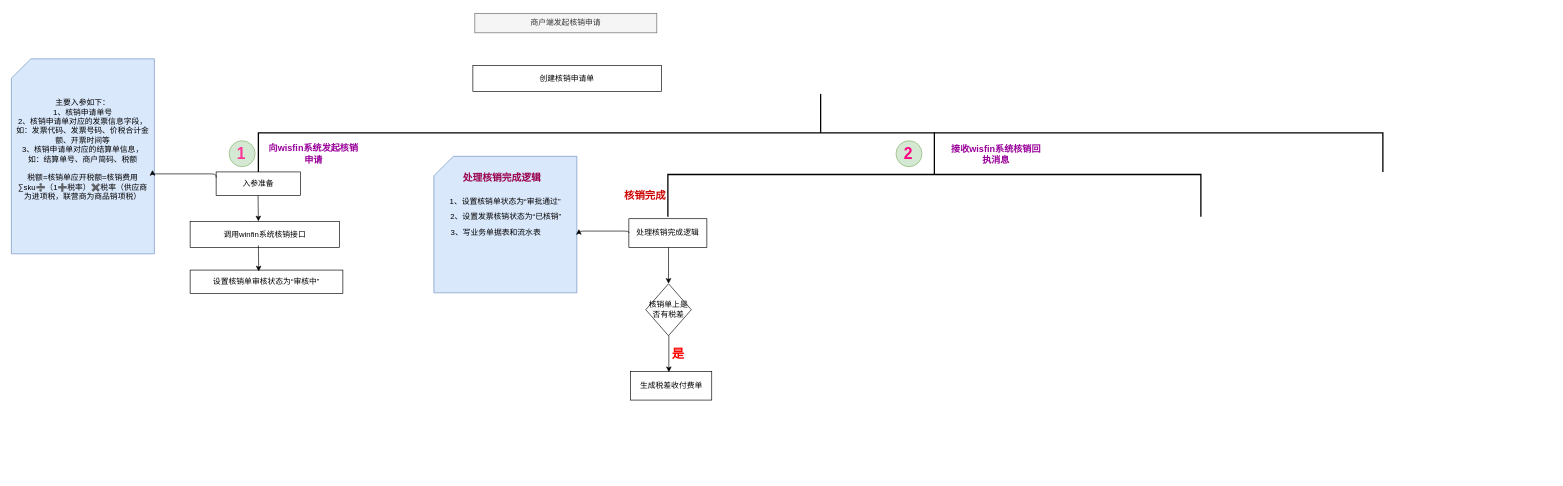
Before: 发票自动核销.drawio in baiymfkese/doc, a draw.io diagram. Source tidied: cells renumbered, new cells numbered last; positions are measured from the earlier drawing's top-left corner, leaving out a move shared by most shapes. Both pictures are drawn from the tidied source at 65%, with x=0, y=0 at pixel (11, 13).
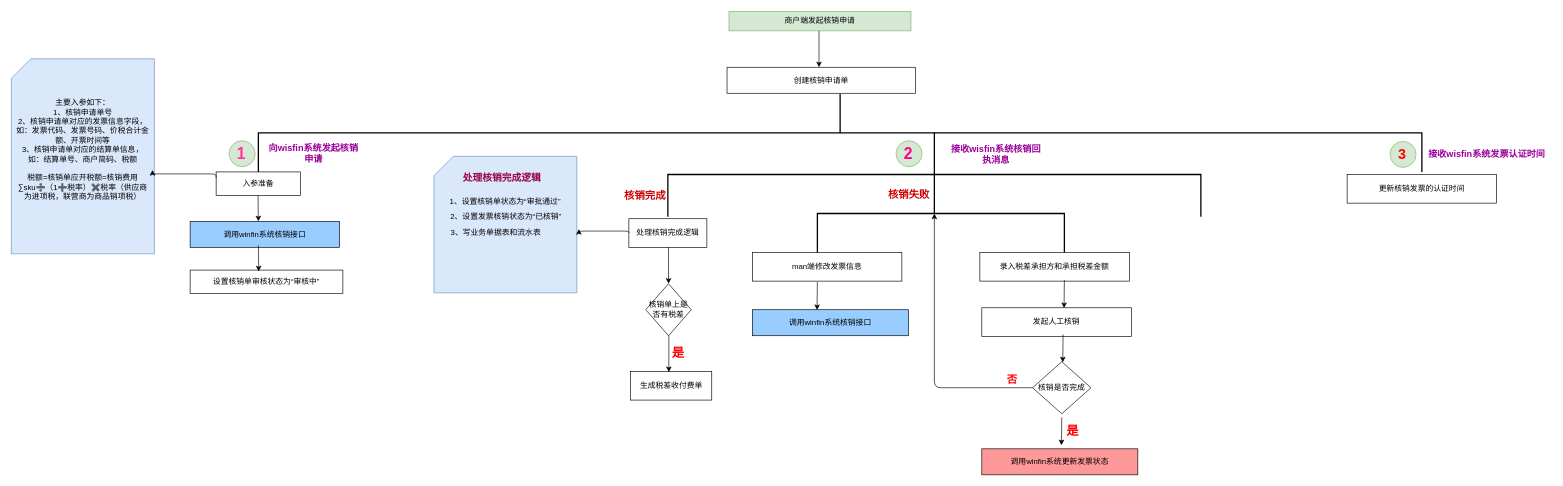
After the change.

Commit message (it also covers changes not shown here):
Update 发票自动核销.drawio

Diff of the diagram source:
```diff
@@
-    <mxCell id="2" value="商户端发起核销申请" style="rounded=0;whiteSpace=wrap;html=1;fillColor=#f5f5f5;strokeColor=#666666;fontColor=#333333;" parent="1" vertex="1">
-      <mxGeometry x="713" width="280" height="30" as="geometry" />
+    <mxCell id="2" value="商户端发起核销申请" style="rounded=0;whiteSpace=wrap;html=1;fillColor=#d5e8d4;strokeColor=#82b366;" parent="1" vertex="1">
+      <mxGeometry x="1104" y="-3" width="280" height="30" as="geometry" />
     </mxCell>
     <mxCell id="3" value="创建核销申请单" style="rounded=0;whiteSpace=wrap;html=1;" parent="1" vertex="1">
-      <mxGeometry x="710" y="80" width="290" height="40" as="geometry" />
+      <mxGeometry x="1101" y="83" width="290" height="40" as="geometry" />
     </mxCell>
     <mxCell id="4" style="html=1;shape=mxgraph.flowchart.annotation_2;align=left;direction=south;strokeWidth=2;" parent="1" vertex="1">
-      <mxGeometry x="380" y="124" width="1730" height="120" as="geometry" />
+      <mxGeometry x="380" y="124" width="1790" height="120" as="geometry" />
     </mxCell>
@@
-    <mxCell id="12" value="调用winfin系统核销接口" style="rounded=0;whiteSpace=wrap;html=1;strokeWidth=1;fillColor=#FFFFFF;" parent="1" vertex="1">
+    <mxCell id="12" value="调用winfin系统核销接口" style="rounded=0;whiteSpace=wrap;html=1;strokeWidth=1;fillColor=#99CCFF;" parent="1" vertex="1">
       <mxGeometry x="275" y="320" width="230" height="40" as="geometry" />
     </mxCell>
@@
+    <mxCell id="33" style="line;strokeWidth=2;direction=south;html=1;fillColor=#FFFFFF;" parent="1" vertex="1">
+      <mxGeometry x="1415" y="248" width="10" height="60" as="geometry" />
+    </mxCell>
+    <mxCell id="34" value="&lt;font style=&quot;font-size: 16px&quot;&gt;&lt;b&gt;&lt;font style=&quot;font-size: 16px&quot; color=&quot;#CC0000&quot;&gt;核销失败&lt;/font&gt;&lt;/b&gt;&lt;/font&gt;" style="text;html=1;strokeColor=none;fillColor=none;align=center;verticalAlign=middle;whiteSpace=wrap;rounded=0;" parent="1" vertex="1">
+      <mxGeometry x="1336" y="268" width="90" height="20" as="geometry" />
+    </mxCell>
+    <mxCell id="35" style="shape=partialRectangle;whiteSpace=wrap;html=1;bottom=1;right=1;left=1;top=0;fillColor=none;routingCenterX=-0.5;strokeWidth=2;direction=west;" parent="1" vertex="1">
+      <mxGeometry x="1240" y="308" width="380" height="60" as="geometry" />
+    </mxCell>
+    <mxCell id="36" style="endArrow=classic;html=1;entryX=0.5;entryY=0;entryDx=0;entryDy=0;" parent="1" edge="1">
+      <mxGeometry relative="1" as="geometry">
+        <mxPoint x="1242.5" y="27" as="sourcePoint" />
+        <mxPoint x="1242.5" y="83" as="targetPoint" />
+      </mxGeometry>
+    </mxCell>
+    <mxCell id="37" value="man端修改发票信息" style="rounded=0;whiteSpace=wrap;html=1;strokeWidth=1;fillColor=#FFFFFF;" parent="1" vertex="1">
+      <mxGeometry x="1140" y="368" width="230" height="44" as="geometry" />
+    </mxCell>
+    <mxCell id="38" value="调用winfin系统核销接口" style="rounded=0;whiteSpace=wrap;html=1;strokeWidth=1;fillColor=#99CCFF;" parent="1" vertex="1">
+      <mxGeometry x="1140" y="456" width="240" height="40" as="geometry" />
+    </mxCell>
+    <mxCell id="39" style="endArrow=classic;html=1;entryX=0.5;entryY=0;entryDx=0;entryDy=0;" parent="1" edge="1">
+      <mxGeometry relative="1" as="geometry">
+        <mxPoint x="1240" y="413.5" as="sourcePoint" />
+        <mxPoint x="1239.5" y="456.5" as="targetPoint" />
+      </mxGeometry>
+    </mxCell>
+    <mxCell id="40" value="录入税差承担方和承担税差金额" style="rounded=0;whiteSpace=wrap;html=1;strokeWidth=1;fillColor=#FFFFFF;" parent="1" vertex="1">
+      <mxGeometry x="1490" y="368" width="230" height="44" as="geometry" />
+    </mxCell>
+    <mxCell id="41" value="发起人工核销" style="rounded=0;whiteSpace=wrap;html=1;strokeWidth=1;fillColor=#FFFFFF;" parent="1" vertex="1">
+      <mxGeometry x="1493" y="453" width="230" height="44" as="geometry" />
+    </mxCell>
+    <mxCell id="42" style="endArrow=classic;html=1;entryX=0.5;entryY=0;entryDx=0;entryDy=0;" parent="1" edge="1">
+      <mxGeometry relative="1" as="geometry">
+        <mxPoint x="1620" y="410.5" as="sourcePoint" />
+        <mxPoint x="1619.5" y="453.5" as="targetPoint" />
+      </mxGeometry>
+    </mxCell>
+    <mxCell id="43" value="核销是否完成" style="rhombus;whiteSpace=wrap;html=1;strokeWidth=1;fillColor=#FFFFFF;" parent="1" vertex="1">
+      <mxGeometry x="1571" y="536" width="90" height="80" as="geometry" />
+    </mxCell>
+    <mxCell id="44" style="endArrow=classic;html=1;entryX=0.5;entryY=0;entryDx=0;entryDy=0;" parent="1" edge="1">
+      <mxGeometry relative="1" as="geometry">
+        <mxPoint x="1618" y="494" as="sourcePoint" />
+        <mxPoint x="1617.5" y="537" as="targetPoint" />
+      </mxGeometry>
+    </mxCell>
+    <mxCell id="45" value="调用winfin系统更新发票状态" style="rounded=0;whiteSpace=wrap;html=1;strokeWidth=1;fillColor=#FF9999;" parent="1" vertex="1">
+      <mxGeometry x="1493" y="670" width="240" height="40" as="geometry" />
+    </mxCell>
+    <mxCell id="46" style="endArrow=classic;html=1;entryX=0.5;entryY=0;entryDx=0;entryDy=0;" parent="1" edge="1">
+      <mxGeometry relative="1" as="geometry">
+        <mxPoint x="1616" y="621.5" as="sourcePoint" />
+        <mxPoint x="1615.5" y="664.5" as="targetPoint" />
+      </mxGeometry>
+    </mxCell>
+    <mxCell id="47" value="&lt;font style=&quot;font-size: 19px&quot;&gt;&lt;b&gt;&lt;font style=&quot;font-size: 19px&quot; color=&quot;#FF0000&quot;&gt;是&lt;/font&gt;&lt;/b&gt;&lt;/font&gt;" style="text;html=1;strokeColor=none;fillColor=none;align=center;verticalAlign=middle;whiteSpace=wrap;rounded=0;" parent="1" vertex="1">
+      <mxGeometry x="1613" y="633" width="40" height="20" as="geometry" />
+    </mxCell>
+    <mxCell id="48" style="edgeStyle=elbowEdgeStyle;elbow=vertical;endArrow=classic;html=1;exitX=0;exitY=0.5;exitDx=0;exitDy=0;entryX=1;entryY=0.5;entryDx=0;entryDy=0;entryPerimeter=0;" parent="1" edge="1" source="43" target="33">
+      <mxGeometry relative="1" as="geometry">
+        <Array as="points">
+          <mxPoint x="1420" y="576" />
+        </Array>
+      </mxGeometry>
+    </mxCell>
+    <mxCell id="49" value="&lt;font style=&quot;font-size: 16px&quot; color=&quot;#FF0000&quot;&gt;&lt;b&gt;否&lt;/b&gt;&lt;/font&gt;" style="text;html=1;strokeColor=none;fillColor=none;align=center;verticalAlign=middle;whiteSpace=wrap;rounded=0;" parent="1" vertex="1">
+      <mxGeometry x="1520" y="553" width="40" height="20" as="geometry" />
+    </mxCell>
+    <mxCell id="50" style="ellipse;whiteSpace=wrap;html=1;fillColor=#d5e8d4;strokeColor=#82b366;" parent="1" vertex="1">
+      <mxGeometry x="2121" y="197" width="40" height="40" as="geometry" />
+    </mxCell>
+    <mxCell id="51" value="&lt;font color=&quot;#FF0000&quot; size=&quot;1&quot;&gt;&lt;b style=&quot;font-size: 22px&quot;&gt;3&lt;/b&gt;&lt;/font&gt;" style="text;html=1;strokeColor=none;fillColor=none;align=center;verticalAlign=middle;whiteSpace=wrap;rounded=0;" parent="1" vertex="1">
+      <mxGeometry x="2120" y="208" width="40" height="20" as="geometry" />
+    </mxCell>
+    <mxCell id="52" value="&lt;font color=&quot;#990099&quot; size=&quot;1&quot;&gt;&lt;b style=&quot;font-size: 14px&quot;&gt;接收wisfin系统发票认证时间&lt;/b&gt;&lt;/font&gt;" style="text;html=1;strokeColor=none;fillColor=none;align=center;verticalAlign=middle;whiteSpace=wrap;rounded=0;" parent="1" vertex="1">
+      <mxGeometry x="2170" y="206" width="200" height="20" as="geometry" />
+    </mxCell>
+    <mxCell id="53" value="更新核销发票的认证时间" style="rounded=0;whiteSpace=wrap;html=1;strokeWidth=1;fillColor=#FFFFFF;" parent="1" vertex="1">
+      <mxGeometry x="2055" y="248" width="230" height="44" as="geometry" />
+    </mxCell>
```
